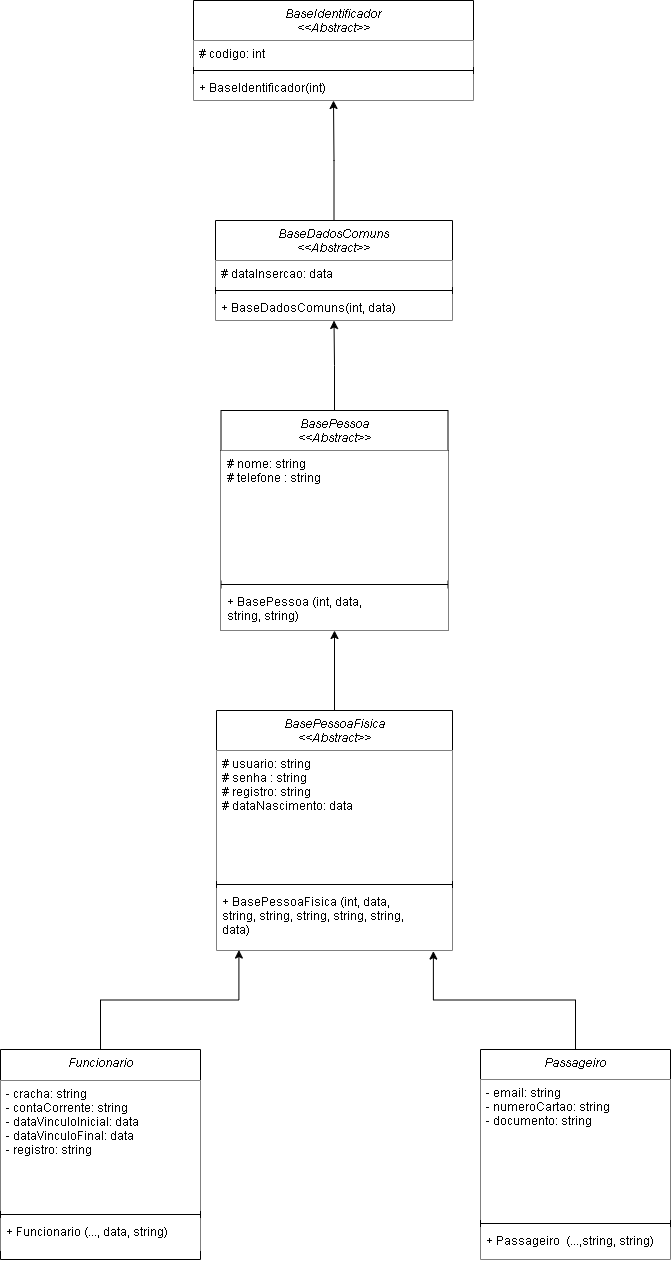
Before: DIAGRAMA ATIVIDADE 04.drawio.png, a diagram exported from draw.io (LipeCoelho21/atividade-04). Source tidied: cells renumbered, new cells last; positions are measured from the earlier drawing's top-left corner, leaving out a move shared by most shapes.
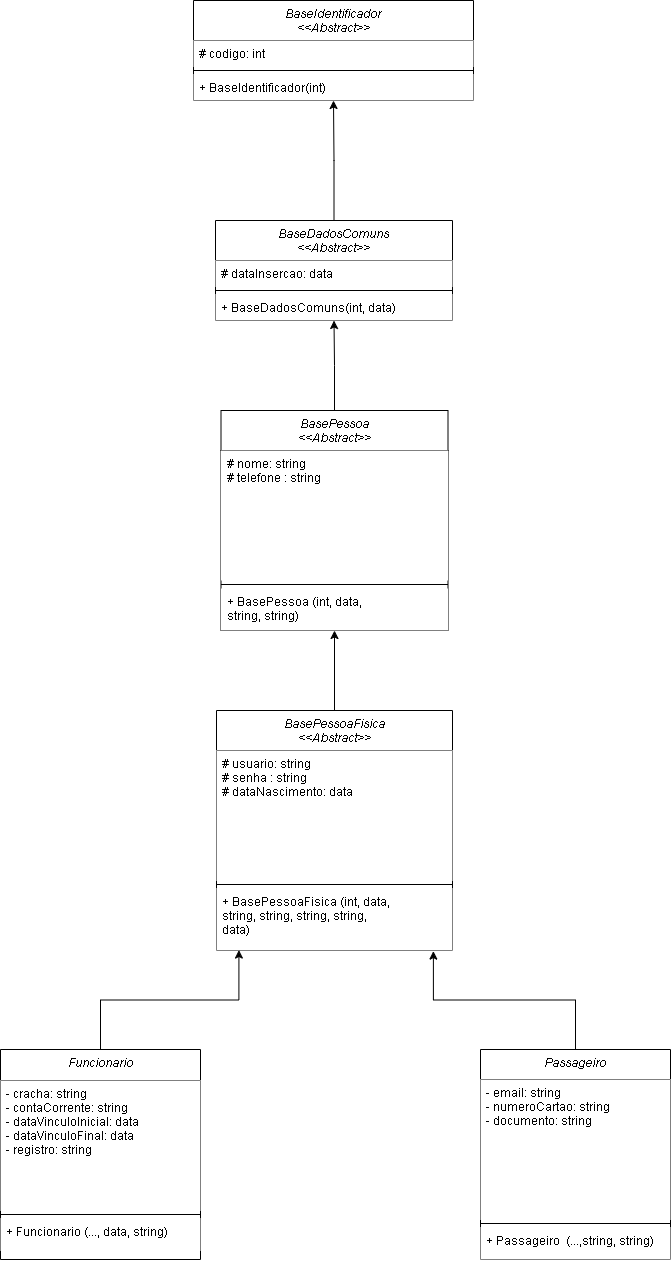
The same file after the commit.

What changed in the source:
```diff
@@ -65,13 +65,13 @@
     <mxCell id="22" value="BasePessoaFisica&#10;&lt;&lt;Abstract&gt;&gt;" style="swimlane;fontStyle=2;align=center;verticalAlign=top;horizontal=1;startSize=40;rounded=0;shadow=0;strokeWidth=1;" parent="1" vertex="1">
       <mxGeometry x="216" y="710" width="236" height="240" as="geometry" />
     </mxCell>
-    <mxCell id="23" value="# usuario: string&#10;# senha : string&#10;# registro: string&#10;# dataNascimento: data&#10;" style="text;align=left;verticalAlign=top;spacingLeft=4;spacingRight=4;overflow=hidden;fillColor=default;" parent="22" vertex="1">
+    <mxCell id="23" value="# usuario: string&#10;# senha : string&#10;# dataNascimento: data&#10;" style="text;align=left;verticalAlign=top;spacingLeft=4;spacingRight=4;overflow=hidden;fillColor=default;" parent="22" vertex="1">
       <mxGeometry y="40" width="236" height="130" as="geometry" />
     </mxCell>
     <mxCell id="24" style="line;html=1;strokeWidth=1;align=left;verticalAlign=middle;spacingTop=-1;spacingLeft=3;spacingRight=3;labelPosition=right;" parent="22" vertex="1">
       <mxGeometry y="170" width="236" height="8" as="geometry" />
     </mxCell>
-    <mxCell id="25" value="+ BasePessoaFisica (int, data, &#10;string, string, string, string, string,&#10;data)" style="text;align=left;verticalAlign=top;spacingLeft=4;spacingRight=4;overflow=hidden;points=[[0,0.5],[1,0.5]];portConstraint=eastwest;fillColor=default;" parent="22" vertex="1">
+    <mxCell id="25" value="+ BasePessoaFisica (int, data, &#10;string, string, string, string,&#10;data)" style="text;align=left;verticalAlign=top;spacingLeft=4;spacingRight=4;overflow=hidden;points=[[0,0.5],[1,0.5]];portConstraint=eastwest;fillColor=default;" parent="22" vertex="1">
       <mxGeometry y="178" width="236" height="62" as="geometry" />
     </mxCell>
     <mxCell id="26" style="edgeStyle=orthogonalEdgeStyle;rounded=0;jettySize=auto;html=1;entryX=0.095;entryY=0.993;entryDx=0;entryDy=0;entryPerimeter=0;" parent="1" edge="1" source="27" target="25">
```
